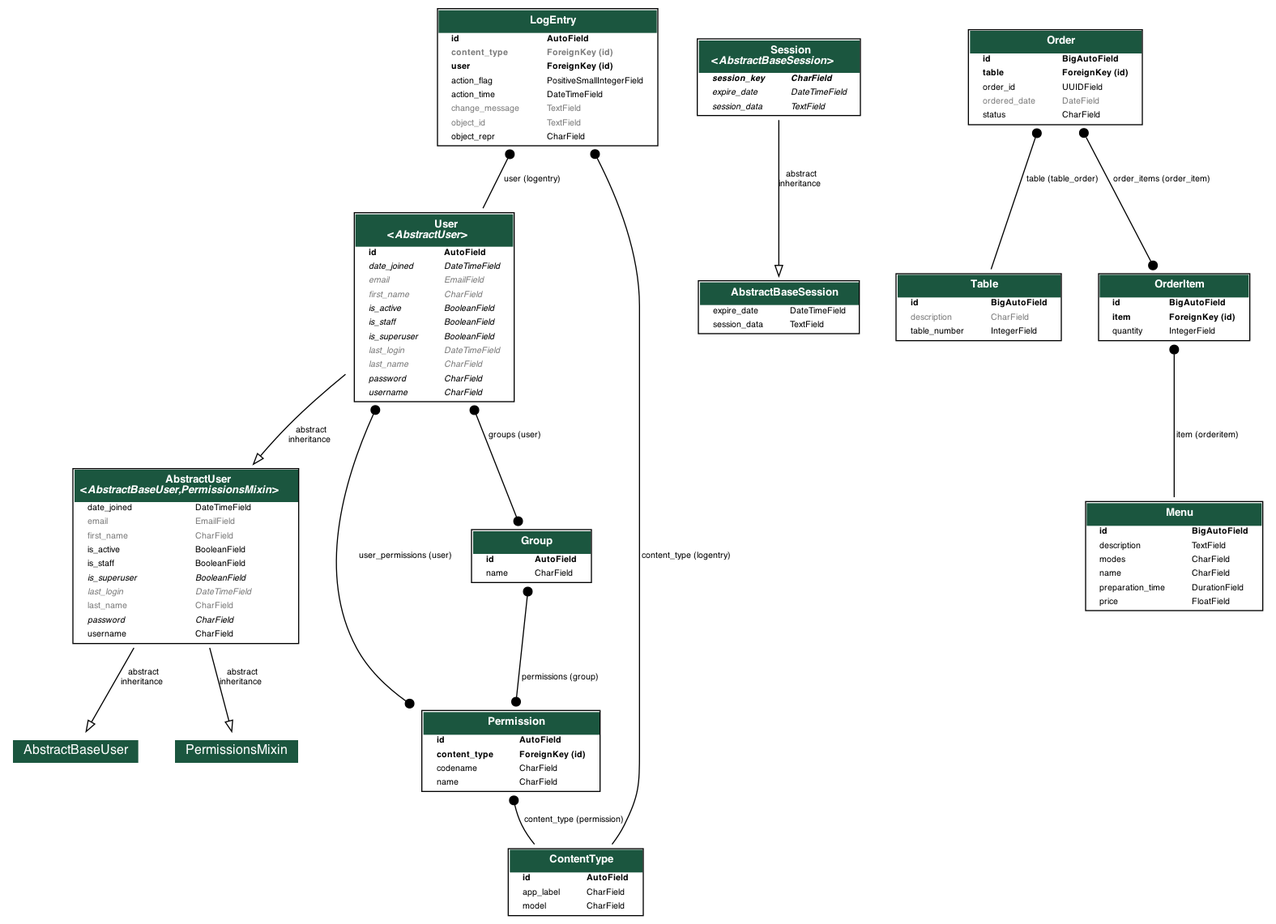
Earlier version of the Graphviz export output.png (temitayopelumi/Diliver). Its source is kept beside it as output.dot. Source of this version:
```dot
digraph model_graph {

  fontname = "Roboto"
  fontsize = 8
  splines  = true
  rankdir = "TB"

  node [
    fontname = "Roboto"
    fontsize = 8
    shape = "plaintext"
  ]

  edge [
    fontname = "Roboto"
    fontsize = 8
  ]



  django_contrib_admin_models_LogEntry [label=<
    <TABLE BGCOLOR="white" BORDER="1" CELLBORDER="0" CELLSPACING="0">
    <TR><TD COLSPAN="2" CELLPADDING="5" ALIGN="CENTER" BGCOLOR="#1b563f">
    <FONT FACE="Roboto" COLOR="white" POINT-SIZE="10"><B>
    LogEntry
    </B></FONT></TD></TR>


    <TR><TD ALIGN="LEFT" BORDER="0">
    <FONT FACE="Roboto"><B>id</B></FONT>
    </TD><TD ALIGN="LEFT">
    <FONT FACE="Roboto"><B>AutoField</B></FONT>
    </TD></TR>



    <TR><TD ALIGN="LEFT" BORDER="0">
    <FONT COLOR="#7B7B7B" FACE="Roboto"><B>content_type</B></FONT>
    </TD><TD ALIGN="LEFT">
    <FONT COLOR="#7B7B7B" FACE="Roboto"><B>ForeignKey (id)</B></FONT>
    </TD></TR>



    <TR><TD ALIGN="LEFT" BORDER="0">
    <FONT FACE="Roboto"><B>user</B></FONT>
    </TD><TD ALIGN="LEFT">
    <FONT FACE="Roboto"><B>ForeignKey (id)</B></FONT>
    </TD></TR>



    <TR><TD ALIGN="LEFT" BORDER="0">
    <FONT FACE="Roboto">action_flag</FONT>
    </TD><TD ALIGN="LEFT">
    <FONT FACE="Roboto">PositiveSmallIntegerField</FONT>
    </TD></TR>



    <TR><TD ALIGN="LEFT" BORDER="0">
    <FONT FACE="Roboto">action_time</FONT>
    </TD><TD ALIGN="LEFT">
    <FONT FACE="Roboto">DateTimeField</FONT>
    </TD></TR>



    <TR><TD ALIGN="LEFT" BORDER="0">
    <FONT COLOR="#7B7B7B" FACE="Roboto">change_message</FONT>
    </TD><TD ALIGN="LEFT">
    <FONT COLOR="#7B7B7B" FACE="Roboto">TextField</FONT>
    </TD></TR>



    <TR><TD ALIGN="LEFT" BORDER="0">
    <FONT COLOR="#7B7B7B" FACE="Roboto">object_id</FONT>
    </TD><TD ALIGN="LEFT">
    <FONT COLOR="#7B7B7B" FACE="Roboto">TextField</FONT>
    </TD></TR>



    <TR><TD ALIGN="LEFT" BORDER="0">
    <FONT FACE="Roboto">object_repr</FONT>
    </TD><TD ALIGN="LEFT">
    <FONT FACE="Roboto">CharField</FONT>
    </TD></TR>


    </TABLE>
    >]




  django_contrib_auth_models_AbstractUser [label=<
    <TABLE BGCOLOR="white" BORDER="1" CELLBORDER="0" CELLSPACING="0">
    <TR><TD COLSPAN="2" CELLPADDING="5" ALIGN="CENTER" BGCOLOR="#1b563f">
    <FONT FACE="Roboto" COLOR="white" POINT-SIZE="10"><B>
    AbstractUser<BR/>&lt;<FONT FACE="Roboto"><I>AbstractBaseUser,PermissionsMixin</I></FONT>&gt;
    </B></FONT></TD></TR>


    <TR><TD ALIGN="LEFT" BORDER="0">
    <FONT FACE="Roboto">date_joined</FONT>
    </TD><TD ALIGN="LEFT">
    <FONT FACE="Roboto">DateTimeField</FONT>
    </TD></TR>



    <TR><TD ALIGN="LEFT" BORDER="0">
    <FONT COLOR="#7B7B7B" FACE="Roboto">email</FONT>
    </TD><TD ALIGN="LEFT">
    <FONT COLOR="#7B7B7B" FACE="Roboto">EmailField</FONT>
    </TD></TR>



    <TR><TD ALIGN="LEFT" BORDER="0">
    <FONT COLOR="#7B7B7B" FACE="Roboto">first_name</FONT>
    </TD><TD ALIGN="LEFT">
    <FONT COLOR="#7B7B7B" FACE="Roboto">CharField</FONT>
    </TD></TR>



    <TR><TD ALIGN="LEFT" BORDER="0">
    <FONT FACE="Roboto">is_active</FONT>
    </TD><TD ALIGN="LEFT">
    <FONT FACE="Roboto">BooleanField</FONT>
    </TD></TR>



    <TR><TD ALIGN="LEFT" BORDER="0">
    <FONT FACE="Roboto">is_staff</FONT>
    </TD><TD ALIGN="LEFT">
    <FONT FACE="Roboto">BooleanField</FONT>
    </TD></TR>



    <TR><TD ALIGN="LEFT" BORDER="0">
    <FONT FACE="Roboto"><I>is_superuser</I></FONT>
    </TD><TD ALIGN="LEFT">
    <FONT FACE="Roboto"><I>BooleanField</I></FONT>
    </TD></TR>



    <TR><TD ALIGN="LEFT" BORDER="0">
    <FONT COLOR="#7B7B7B" FACE="Roboto"><I>last_login</I></FONT>
    </TD><TD ALIGN="LEFT">
    <FONT COLOR="#7B7B7B" FACE="Roboto"><I>DateTimeField</I></FONT>
    </TD></TR>



    <TR><TD ALIGN="LEFT" BORDER="0">
    <FONT COLOR="#7B7B7B" FACE="Roboto">last_name</FONT>
    </TD><TD ALIGN="LEFT">
    <FONT COLOR="#7B7B7B" FACE="Roboto">CharField</FONT>
    </TD></TR>



    <TR><TD ALIGN="LEFT" BORDER="0">
    <FONT FACE="Roboto"><I>password</I></FONT>
    </TD><TD ALIGN="LEFT">
    <FONT FACE="Roboto"><I>CharField</I></FONT>
    </TD></TR>



    <TR><TD ALIGN="LEFT" BORDER="0">
    <FONT FACE="Roboto">username</FONT>
    </TD><TD ALIGN="LEFT">
    <FONT FACE="Roboto">CharField</FONT>
    </TD></TR>


    </TABLE>
    >]

  django_contrib_auth_models_Permission [label=<
    <TABLE BGCOLOR="white" BORDER="1" CELLBORDER="0" CELLSPACING="0">
    <TR><TD COLSPAN="2" CELLPADDING="5" ALIGN="CENTER" BGCOLOR="#1b563f">
    <FONT FACE="Roboto" COLOR="white" POINT-SIZE="10"><B>
    Permission
    </B></FONT></TD></TR>


    <TR><TD ALIGN="LEFT" BORDER="0">
    <FONT FACE="Roboto"><B>id</B></FONT>
    </TD><TD ALIGN="LEFT">
    <FONT FACE="Roboto"><B>AutoField</B></FONT>
    </TD></TR>



    <TR><TD ALIGN="LEFT" BORDER="0">
    <FONT FACE="Roboto"><B>content_type</B></FONT>
    </TD><TD ALIGN="LEFT">
    <FONT FACE="Roboto"><B>ForeignKey (id)</B></FONT>
    </TD></TR>



    <TR><TD ALIGN="LEFT" BORDER="0">
    <FONT FACE="Roboto">codename</FONT>
    </TD><TD ALIGN="LEFT">
    <FONT FACE="Roboto">CharField</FONT>
    </TD></TR>



    <TR><TD ALIGN="LEFT" BORDER="0">
    <FONT FACE="Roboto">name</FONT>
    </TD><TD ALIGN="LEFT">
    <FONT FACE="Roboto">CharField</FONT>
    </TD></TR>


    </TABLE>
    >]

  django_contrib_auth_models_Group [label=<
    <TABLE BGCOLOR="white" BORDER="1" CELLBORDER="0" CELLSPACING="0">
    <TR><TD COLSPAN="2" CELLPADDING="5" ALIGN="CENTER" BGCOLOR="#1b563f">
    <FONT FACE="Roboto" COLOR="white" POINT-SIZE="10"><B>
    Group
    </B></FONT></TD></TR>


    <TR><TD ALIGN="LEFT" BORDER="0">
    <FONT FACE="Roboto"><B>id</B></FONT>
    </TD><TD ALIGN="LEFT">
    <FONT FACE="Roboto"><B>AutoField</B></FONT>
    </TD></TR>



    <TR><TD ALIGN="LEFT" BORDER="0">
    <FONT FACE="Roboto">name</FONT>
    </TD><TD ALIGN="LEFT">
    <FONT FACE="Roboto">CharField</FONT>
    </TD></TR>


    </TABLE>
    >]

  django_contrib_auth_models_User [label=<
    <TABLE BGCOLOR="white" BORDER="1" CELLBORDER="0" CELLSPACING="0">
    <TR><TD COLSPAN="2" CELLPADDING="5" ALIGN="CENTER" BGCOLOR="#1b563f">
    <FONT FACE="Roboto" COLOR="white" POINT-SIZE="10"><B>
    User<BR/>&lt;<FONT FACE="Roboto"><I>AbstractUser</I></FONT>&gt;
    </B></FONT></TD></TR>


    <TR><TD ALIGN="LEFT" BORDER="0">
    <FONT FACE="Roboto"><B>id</B></FONT>
    </TD><TD ALIGN="LEFT">
    <FONT FACE="Roboto"><B>AutoField</B></FONT>
    </TD></TR>



    <TR><TD ALIGN="LEFT" BORDER="0">
    <FONT FACE="Roboto"><I>date_joined</I></FONT>
    </TD><TD ALIGN="LEFT">
    <FONT FACE="Roboto"><I>DateTimeField</I></FONT>
    </TD></TR>



    <TR><TD ALIGN="LEFT" BORDER="0">
    <FONT COLOR="#7B7B7B" FACE="Roboto"><I>email</I></FONT>
    </TD><TD ALIGN="LEFT">
    <FONT COLOR="#7B7B7B" FACE="Roboto"><I>EmailField</I></FONT>
    </TD></TR>



    <TR><TD ALIGN="LEFT" BORDER="0">
    <FONT COLOR="#7B7B7B" FACE="Roboto"><I>first_name</I></FONT>
    </TD><TD ALIGN="LEFT">
    <FONT COLOR="#7B7B7B" FACE="Roboto"><I>CharField</I></FONT>
    </TD></TR>



    <TR><TD ALIGN="LEFT" BORDER="0">
    <FONT FACE="Roboto"><I>is_active</I></FONT>
    </TD><TD ALIGN="LEFT">
    <FONT FACE="Roboto"><I>BooleanField</I></FONT>
    </TD></TR>



    <TR><TD ALIGN="LEFT" BORDER="0">
    <FONT FACE="Roboto"><I>is_staff</I></FONT>
    </TD><TD ALIGN="LEFT">
    <FONT FACE="Roboto"><I>BooleanField</I></FONT>
    </TD></TR>



    <TR><TD ALIGN="LEFT" BORDER="0">
    <FONT FACE="Roboto"><I>is_superuser</I></FONT>
    </TD><TD ALIGN="LEFT">
    <FONT FACE="Roboto"><I>BooleanField</I></FONT>
    </TD></TR>



    <TR><TD ALIGN="LEFT" BORDER="0">
    <FONT COLOR="#7B7B7B" FACE="Roboto"><I>last_login</I></FONT>
    </TD><TD ALIGN="LEFT">
    <FONT COLOR="#7B7B7B" FACE="Roboto"><I>DateTimeField</I></FONT>
    </TD></TR>



    <TR><TD ALIGN="LEFT" BORDER="0">
    <FONT COLOR="#7B7B7B" FACE="Roboto"><I>last_name</I></FONT>
    </TD><TD ALIGN="LEFT">
    <FONT COLOR="#7B7B7B" FACE="Roboto"><I>CharField</I></FONT>
    </TD></TR>



    <TR><TD ALIGN="LEFT" BORDER="0">
    <FONT FACE="Roboto"><I>password</I></FONT>
    </TD><TD ALIGN="LEFT">
    <FONT FACE="Roboto"><I>CharField</I></FONT>
    </TD></TR>



    <TR><TD ALIGN="LEFT" BORDER="0">
    <FONT FACE="Roboto"><I>username</I></FONT>
    </TD><TD ALIGN="LEFT">
    <FONT FACE="Roboto"><I>CharField</I></FONT>
    </TD></TR>


    </TABLE>
    >]




  django_contrib_contenttypes_models_ContentType [label=<
    <TABLE BGCOLOR="white" BORDER="1" CELLBORDER="0" CELLSPACING="0">
    <TR><TD COLSPAN="2" CELLPADDING="5" ALIGN="CENTER" BGCOLOR="#1b563f">
    <FONT FACE="Roboto" COLOR="white" POINT-SIZE="10"><B>
    ContentType
    </B></FONT></TD></TR>


    <TR><TD ALIGN="LEFT" BORDER="0">
    <FONT FACE="Roboto"><B>id</B></FONT>
    </TD><TD ALIGN="LEFT">
    <FONT FACE="Roboto"><B>AutoField</B></FONT>
    </TD></TR>



    <TR><TD ALIGN="LEFT" BORDER="0">
    <FONT FACE="Roboto">app_label</FONT>
    </TD><TD ALIGN="LEFT">
    <FONT FACE="Roboto">CharField</FONT>
    </TD></TR>



    <TR><TD ALIGN="LEFT" BORDER="0">
    <FONT FACE="Roboto">model</FONT>
    </TD><TD ALIGN="LEFT">
    <FONT FACE="Roboto">CharField</FONT>
    </TD></TR>


    </TABLE>
    >]




  django_contrib_sessions_base_session_AbstractBaseSession [label=<
    <TABLE BGCOLOR="white" BORDER="1" CELLBORDER="0" CELLSPACING="0">
    <TR><TD COLSPAN="2" CELLPADDING="5" ALIGN="CENTER" BGCOLOR="#1b563f">
    <FONT FACE="Roboto" COLOR="white" POINT-SIZE="10"><B>
    AbstractBaseSession
    </B></FONT></TD></TR>


    <TR><TD ALIGN="LEFT" BORDER="0">
    <FONT FACE="Roboto">expire_date</FONT>
    </TD><TD ALIGN="LEFT">
    <FONT FACE="Roboto">DateTimeField</FONT>
    </TD></TR>



    <TR><TD ALIGN="LEFT" BORDER="0">
    <FONT FACE="Roboto">session_data</FONT>
    </TD><TD ALIGN="LEFT">
    <FONT FACE="Roboto">TextField</FONT>
    </TD></TR>


    </TABLE>
    >]

  django_contrib_sessions_models_Session [label=<
    <TABLE BGCOLOR="white" BORDER="1" CELLBORDER="0" CELLSPACING="0">
    <TR><TD COLSPAN="2" CELLPADDING="5" ALIGN="CENTER" BGCOLOR="#1b563f">
    <FONT FACE="Roboto" COLOR="white" POINT-SIZE="10"><B>
    Session<BR/>&lt;<FONT FACE="Roboto"><I>AbstractBaseSession</I></FONT>&gt;
    </B></FONT></TD></TR>


    <TR><TD ALIGN="LEFT" BORDER="0">
    <FONT FACE="Roboto"><I><B>session_key</B></I></FONT>
    </TD><TD ALIGN="LEFT">
    <FONT FACE="Roboto"><I><B>CharField</B></I></FONT>
    </TD></TR>



    <TR><TD ALIGN="LEFT" BORDER="0">
    <FONT FACE="Roboto"><I>expire_date</I></FONT>
    </TD><TD ALIGN="LEFT">
    <FONT FACE="Roboto"><I>DateTimeField</I></FONT>
    </TD></TR>



    <TR><TD ALIGN="LEFT" BORDER="0">
    <FONT FACE="Roboto"><I>session_data</I></FONT>
    </TD><TD ALIGN="LEFT">
    <FONT FACE="Roboto"><I>TextField</I></FONT>
    </TD></TR>


    </TABLE>
    >]




  orderingApp_models_Menu [label=<
    <TABLE BGCOLOR="white" BORDER="1" CELLBORDER="0" CELLSPACING="0">
    <TR><TD COLSPAN="2" CELLPADDING="5" ALIGN="CENTER" BGCOLOR="#1b563f">
    <FONT FACE="Roboto" COLOR="white" POINT-SIZE="10"><B>
    Menu
    </B></FONT></TD></TR>


    <TR><TD ALIGN="LEFT" BORDER="0">
    <FONT FACE="Roboto"><B>id</B></FONT>
    </TD><TD ALIGN="LEFT">
    <FONT FACE="Roboto"><B>BigAutoField</B></FONT>
    </TD></TR>



    <TR><TD ALIGN="LEFT" BORDER="0">
    <FONT FACE="Roboto">description</FONT>
    </TD><TD ALIGN="LEFT">
    <FONT FACE="Roboto">TextField</FONT>
    </TD></TR>



    <TR><TD ALIGN="LEFT" BORDER="0">
    <FONT FACE="Roboto">modes</FONT>
    </TD><TD ALIGN="LEFT">
    <FONT FACE="Roboto">CharField</FONT>
    </TD></TR>



    <TR><TD ALIGN="LEFT" BORDER="0">
    <FONT FACE="Roboto">name</FONT>
    </TD><TD ALIGN="LEFT">
    <FONT FACE="Roboto">CharField</FONT>
    </TD></TR>



    <TR><TD ALIGN="LEFT" BORDER="0">
    <FONT FACE="Roboto">preparation_time</FONT>
    </TD><TD ALIGN="LEFT">
    <FONT FACE="Roboto">DurationField</FONT>
    </TD></TR>



    <TR><TD ALIGN="LEFT" BORDER="0">
    <FONT FACE="Roboto">price</FONT>
    </TD><TD ALIGN="LEFT">
    <FONT FACE="Roboto">FloatField</FONT>
    </TD></TR>


    </TABLE>
    >]

  orderingApp_models_Table [label=<
    <TABLE BGCOLOR="white" BORDER="1" CELLBORDER="0" CELLSPACING="0">
    <TR><TD COLSPAN="2" CELLPADDING="5" ALIGN="CENTER" BGCOLOR="#1b563f">
    <FONT FACE="Roboto" COLOR="white" POINT-SIZE="10"><B>
    Table
    </B></FONT></TD></TR>


    <TR><TD ALIGN="LEFT" BORDER="0">
    <FONT FACE="Roboto"><B>id</B></FONT>
    </TD><TD ALIGN="LEFT">
    <FONT FACE="Roboto"><B>BigAutoField</B></FONT>
    </TD></TR>



    <TR><TD ALIGN="LEFT" BORDER="0">
    <FONT COLOR="#7B7B7B" FACE="Roboto">description</FONT>
    </TD><TD ALIGN="LEFT">
    <FONT COLOR="#7B7B7B" FACE="Roboto">CharField</FONT>
    </TD></TR>



    <TR><TD ALIGN="LEFT" BORDER="0">
    <FONT FACE="Roboto">table_number</FONT>
    </TD><TD ALIGN="LEFT">
    <FONT FACE="Roboto">IntegerField</FONT>
    </TD></TR>


    </TABLE>
    >]

  orderingApp_models_OrderItem [label=<
    <TABLE BGCOLOR="white" BORDER="1" CELLBORDER="0" CELLSPACING="0">
    <TR><TD COLSPAN="2" CELLPADDING="5" ALIGN="CENTER" BGCOLOR="#1b563f">
    <FONT FACE="Roboto" COLOR="white" POINT-SIZE="10"><B>
    OrderItem
    </B></FONT></TD></TR>


    <TR><TD ALIGN="LEFT" BORDER="0">
    <FONT FACE="Roboto"><B>id</B></FONT>
    </TD><TD ALIGN="LEFT">
    <FONT FACE="Roboto"><B>BigAutoField</B></FONT>
    </TD></TR>



    <TR><TD ALIGN="LEFT" BORDER="0">
    <FONT FACE="Roboto"><B>item</B></FONT>
    </TD><TD ALIGN="LEFT">
    <FONT FACE="Roboto"><B>ForeignKey (id)</B></FONT>
    </TD></TR>



    <TR><TD ALIGN="LEFT" BORDER="0">
    <FONT FACE="Roboto">quantity</FONT>
    </TD><TD ALIGN="LEFT">
    <FONT FACE="Roboto">IntegerField</FONT>
    </TD></TR>


    </TABLE>
    >]

  orderingApp_models_Order [label=<
    <TABLE BGCOLOR="white" BORDER="1" CELLBORDER="0" CELLSPACING="0">
    <TR><TD COLSPAN="2" CELLPADDING="5" ALIGN="CENTER" BGCOLOR="#1b563f">
    <FONT FACE="Roboto" COLOR="white" POINT-SIZE="10"><B>
    Order
    </B></FONT></TD></TR>


    <TR><TD ALIGN="LEFT" BORDER="0">
    <FONT FACE="Roboto"><B>id</B></FONT>
    </TD><TD ALIGN="LEFT">
    <FONT FACE="Roboto"><B>BigAutoField</B></FONT>
    </TD></TR>



    <TR><TD ALIGN="LEFT" BORDER="0">
    <FONT FACE="Roboto"><B>table</B></FONT>
    </TD><TD ALIGN="LEFT">
    <FONT FACE="Roboto"><B>ForeignKey (id)</B></FONT>
    </TD></TR>



    <TR><TD ALIGN="LEFT" BORDER="0">
    <FONT FACE="Roboto">order_id</FONT>
    </TD><TD ALIGN="LEFT">
    <FONT FACE="Roboto">UUIDField</FONT>
    </TD></TR>



    <TR><TD ALIGN="LEFT" BORDER="0">
    <FONT COLOR="#7B7B7B" FACE="Roboto">ordered_date</FONT>
    </TD><TD ALIGN="LEFT">
    <FONT COLOR="#7B7B7B" FACE="Roboto">DateField</FONT>
    </TD></TR>



    <TR><TD ALIGN="LEFT" BORDER="0">
    <FONT FACE="Roboto">status</FONT>
    </TD><TD ALIGN="LEFT">
    <FONT FACE="Roboto">CharField</FONT>
    </TD></TR>


    </TABLE>
    >]





  django_contrib_admin_models_LogEntry -> django_contrib_auth_models_User
  [label=" user (logentry)"] [arrowhead=none, arrowtail=dot, dir=both];

  django_contrib_admin_models_LogEntry -> django_contrib_contenttypes_models_ContentType
  [label=" content_type (logentry)"] [arrowhead=none, arrowtail=dot, dir=both];

  django_contrib_auth_base_user_AbstractBaseUser [label=<
  <TABLE BGCOLOR="white" BORDER="0" CELLBORDER="0" CELLSPACING="0">
  <TR><TD COLSPAN="2" CELLPADDING="4" ALIGN="CENTER" BGCOLOR="#1b563f">
  <FONT FACE="Roboto" POINT-SIZE="12" COLOR="white">AbstractBaseUser</FONT>
  </TD></TR>
  </TABLE>
  >]
  django_contrib_auth_models_AbstractUser -> django_contrib_auth_base_user_AbstractBaseUser
  [label=" abstract\ninheritance"] [arrowhead=empty, arrowtail=none, dir=both];
  django_contrib_auth_models_PermissionsMixin [label=<
  <TABLE BGCOLOR="white" BORDER="0" CELLBORDER="0" CELLSPACING="0">
  <TR><TD COLSPAN="2" CELLPADDING="4" ALIGN="CENTER" BGCOLOR="#1b563f">
  <FONT FACE="Roboto" POINT-SIZE="12" COLOR="white">PermissionsMixin</FONT>
  </TD></TR>
  </TABLE>
  >]
  django_contrib_auth_models_AbstractUser -> django_contrib_auth_models_PermissionsMixin
  [label=" abstract\ninheritance"] [arrowhead=empty, arrowtail=none, dir=both];

  django_contrib_auth_models_Permission -> django_contrib_contenttypes_models_ContentType
  [label=" content_type (permission)"] [arrowhead=none, arrowtail=dot, dir=both];

  django_contrib_auth_models_Group -> django_contrib_auth_models_Permission
  [label=" permissions (group)"] [arrowhead=dot arrowtail=dot, dir=both];

  django_contrib_auth_models_User -> django_contrib_auth_models_Group
  [label=" groups (user)"] [arrowhead=dot arrowtail=dot, dir=both];

  django_contrib_auth_models_User -> django_contrib_auth_models_Permission
  [label=" user_permissions (user)"] [arrowhead=dot arrowtail=dot, dir=both];

  django_contrib_auth_models_User -> django_contrib_auth_models_AbstractUser
  [label=" abstract\ninheritance"] [arrowhead=empty, arrowtail=none, dir=both];



  django_contrib_sessions_models_Session -> django_contrib_sessions_base_session_AbstractBaseSession
  [label=" abstract\ninheritance"] [arrowhead=empty, arrowtail=none, dir=both];


  orderingApp_models_OrderItem -> orderingApp_models_Menu
  [label=" item (orderitem)"] [arrowhead=none, arrowtail=dot, dir=both];

  orderingApp_models_Order -> orderingApp_models_Table
  [label=" table (table_order)"] [arrowhead=none, arrowtail=dot, dir=both];

  orderingApp_models_Order -> orderingApp_models_OrderItem
  [label=" order_items (order_item)"] [arrowhead=dot arrowtail=dot, dir=both];


}
```
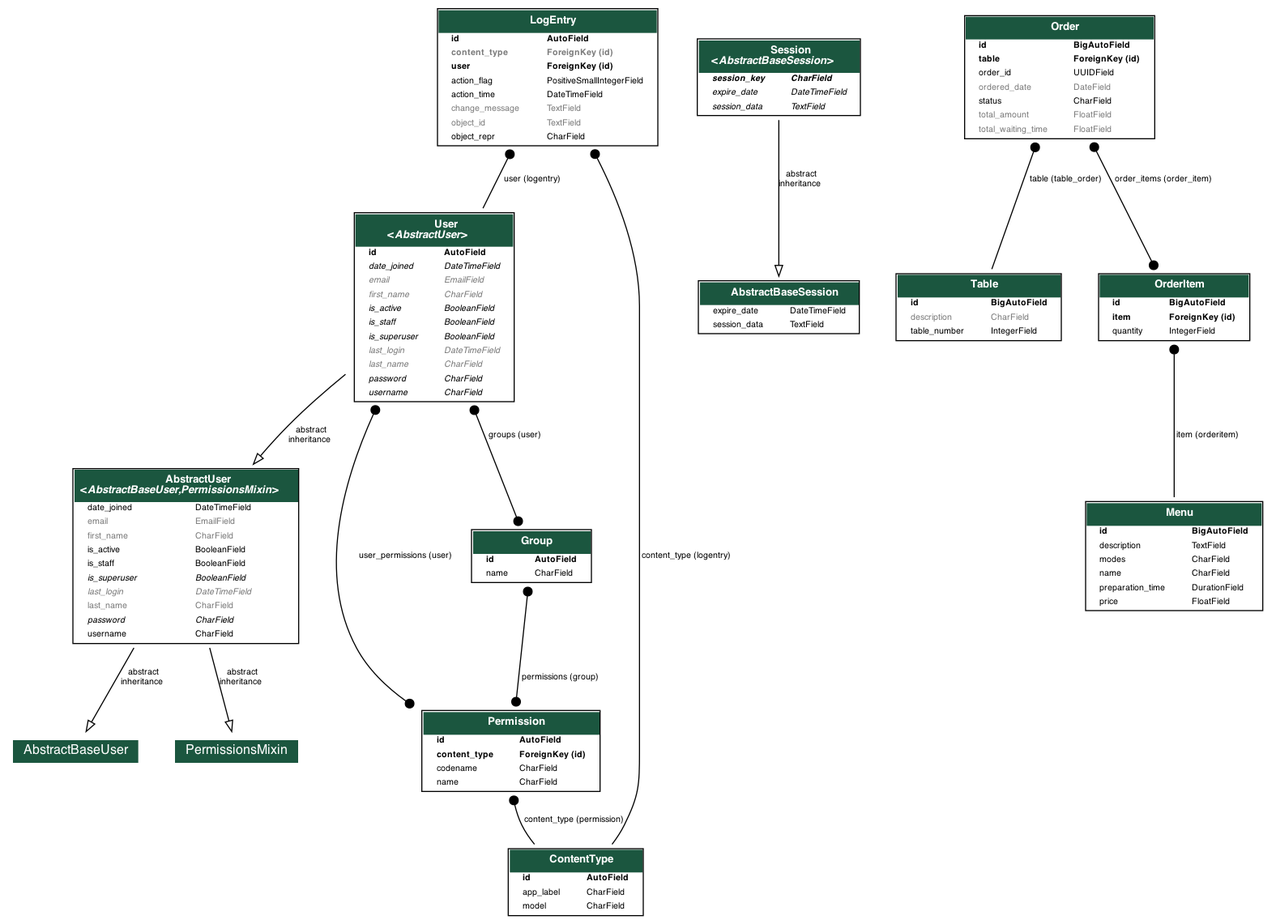
After the change.

Commit message:
cancel-order

Diff of the diagram source:
```diff
@@ -627,6 +627,22 @@
     </TD></TR>
 
 
+
+    <TR><TD ALIGN="LEFT" BORDER="0">
+    <FONT COLOR="#7B7B7B" FACE="Roboto">total_amount</FONT>
+    </TD><TD ALIGN="LEFT">
+    <FONT COLOR="#7B7B7B" FACE="Roboto">FloatField</FONT>
+    </TD></TR>
+
+
+
+    <TR><TD ALIGN="LEFT" BORDER="0">
+    <FONT COLOR="#7B7B7B" FACE="Roboto">total_waiting_time</FONT>
+    </TD><TD ALIGN="LEFT">
+    <FONT COLOR="#7B7B7B" FACE="Roboto">FloatField</FONT>
+    </TD></TR>
+
+
     </TABLE>
     >]
 
```
